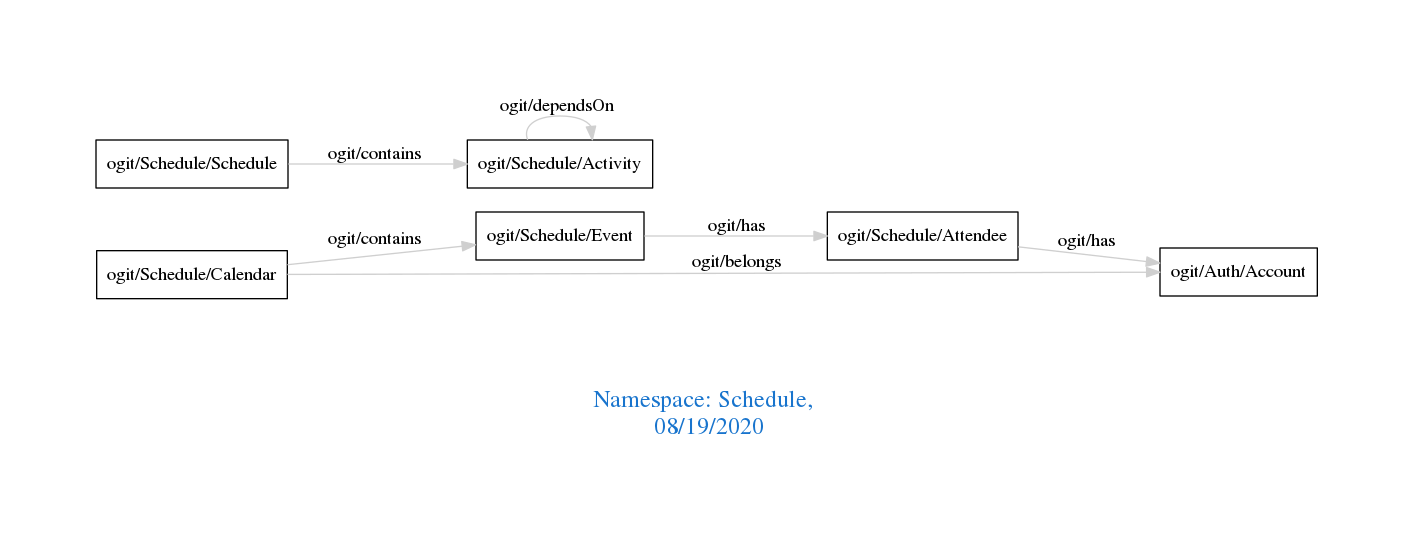
Before: downloads/Schedule.png, a diagram exported from Graphviz (arago/OGIT). Its source is kept beside it as downloads/Schedule.dot.
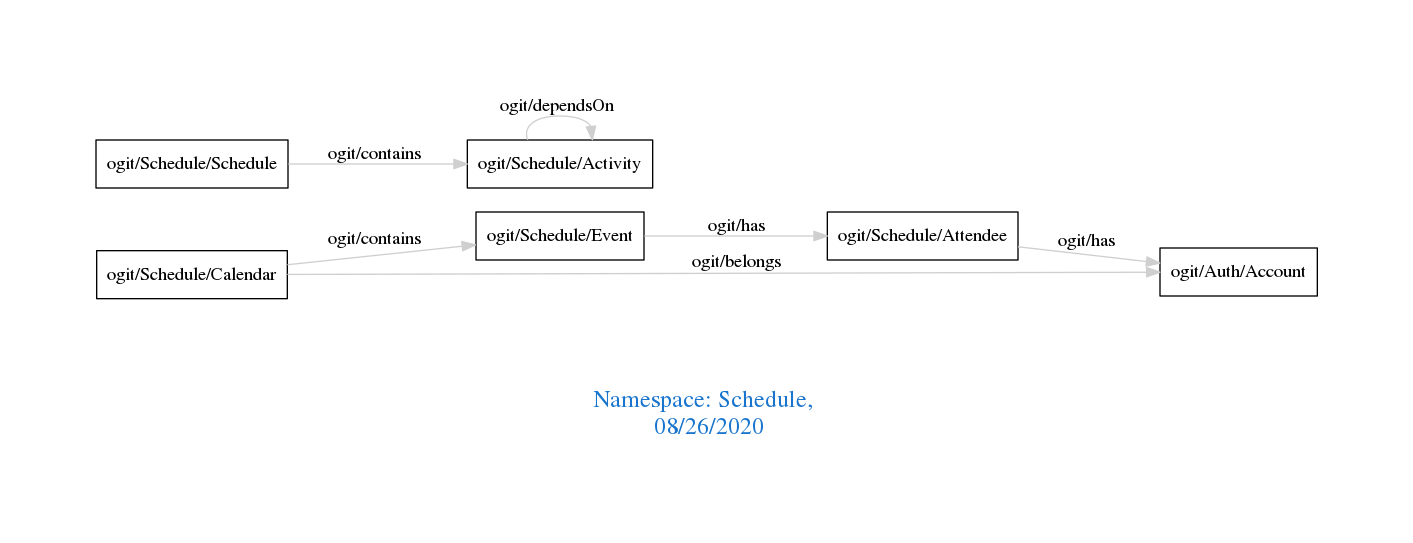
The same file after the commit.

What changed in the source:
```diff
@@ -1,7 +1,7 @@
 digraph OGIT_ontology {
  graph [ rankdir= LR,pad=1
 fontsize = 18,
-fontcolor= dodgerblue3,label = "\n\n\nNamespace: Schedule, \n 08/19/2020"];
+fontcolor= dodgerblue3,label = "\n\n\nNamespace: Schedule, \n 08/26/2020"];
 node[shape=polygon];
 edge [  color="gray81"];
 
```
